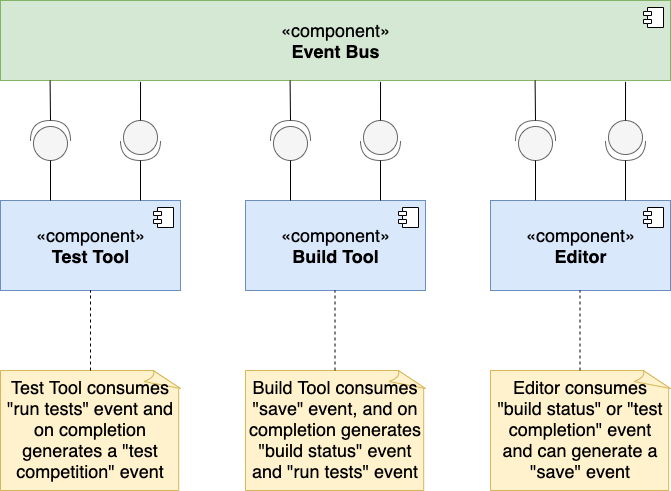
Earlier version of the draw.io export Architectural styles/Implicit Invocation Systems/EventBasedComponentDiagram.png (smitbmx/Architecture-Diagrams). Source tidied: cells renumbered, new cells last; positions are measured from the earlier drawing's top-left corner, leaving out a move shared by most shapes.
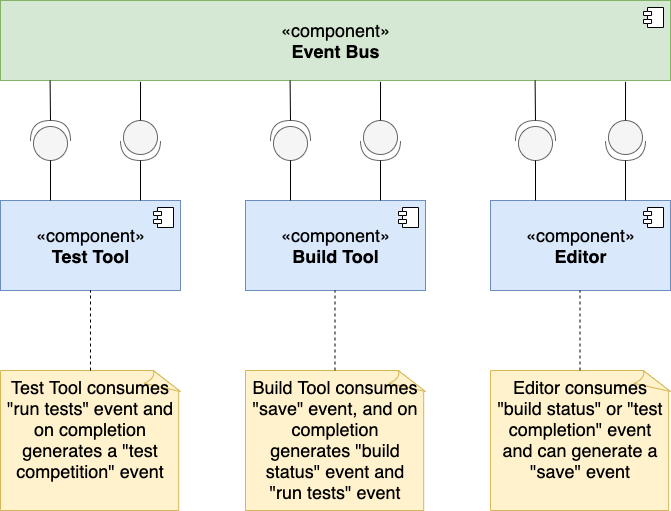
The same diagram one commit later.

What changed in the source:
```diff
@@ -34,14 +34,14 @@
         <mxPoint x="-27" y="7" as="offset" />
       </mxGeometry>
     </mxCell>
-    <mxCell id="10" value="Test Tool consumes &amp;quot;run tests&amp;quot; event and on completion generates a &amp;quot;test competition&amp;quot; event" style="whiteSpace=wrap;shape=mxgraph.basic.document;fontSize=18;fillColor=#fff2cc;strokeColor=#d6b656;align=center;horizontal=1;labelBackgroundColor=none;html=1;verticalAlign=top;spacingLeft=2;spacingRight=2;" parent="1" vertex="1">
-      <mxGeometry y="370" width="180" height="120" as="geometry" />
+    <mxCell id="10" value="Test Tool consumes &amp;quot;run tests&amp;quot; event and on completion generates a &amp;quot;test competition&amp;quot; event" style="whiteSpace=wrap;shape=mxgraph.basic.document;fontSize=18;fillColor=#fff2cc;strokeColor=#d6b656;align=center;horizontal=1;labelBackgroundColor=none;html=1;verticalAlign=top;spacingLeft=4;spacingRight=4;" parent="1" vertex="1">
+      <mxGeometry y="370" width="180" height="140" as="geometry" />
     </mxCell>
-    <mxCell id="11" value="Build Tool consumes &quot;save&quot; event, and on completion generates &quot;build status&quot; event and &quot;run tests&quot; event" style="whiteSpace=wrap;html=1;shape=mxgraph.basic.document;fontSize=18;fillColor=#fff2cc;strokeColor=#d6b656;verticalAlign=top;spacingLeft=2;spacingRight=2;" parent="1" vertex="1">
-      <mxGeometry x="245" y="370" width="180" height="120" as="geometry" />
+    <mxCell id="11" value="Build Tool consumes &quot;save&quot; event, and on completion generates &quot;build status&quot; event and &quot;run tests&quot; event" style="whiteSpace=wrap;html=1;shape=mxgraph.basic.document;fontSize=18;fillColor=#fff2cc;strokeColor=#d6b656;verticalAlign=top;spacingLeft=4;spacingRight=4;" parent="1" vertex="1">
+      <mxGeometry x="245" y="370" width="180" height="140" as="geometry" />
     </mxCell>
-    <mxCell id="12" value="Editor consumes &quot;build status&quot; or &quot;test completion&quot; event and can generate a &quot;save&quot; event" style="whiteSpace=wrap;html=1;shape=mxgraph.basic.document;fontSize=18;fillColor=#fff2cc;strokeColor=#d6b656;verticalAlign=top;perimeterSpacing=0;strokeWidth=1;spacingLeft=2;spacingRight=2;" parent="1" vertex="1">
-      <mxGeometry x="490" y="370" width="180" height="120" as="geometry" />
+    <mxCell id="12" value="Editor consumes &quot;build status&quot; or &quot;test completion&quot; event and can generate a &quot;save&quot; event" style="whiteSpace=wrap;html=1;shape=mxgraph.basic.document;fontSize=18;fillColor=#fff2cc;strokeColor=#d6b656;verticalAlign=top;perimeterSpacing=0;strokeWidth=1;spacingLeft=4;spacingRight=4;" parent="1" vertex="1">
+      <mxGeometry x="490" y="370" width="180" height="140" as="geometry" />
     </mxCell>
     <mxCell id="13" style="endArrow=none;dashed=1;html=1;rounded=0;fontSize=18;exitX=0.5;exitY=0;exitDx=0;exitDy=0;exitPerimeter=0;entryX=0.5;entryY=1;entryDx=0;entryDy=0;" parent="1" edge="1" source="10" target="4">
       <mxGeometry relative="1" as="geometry" />
```
